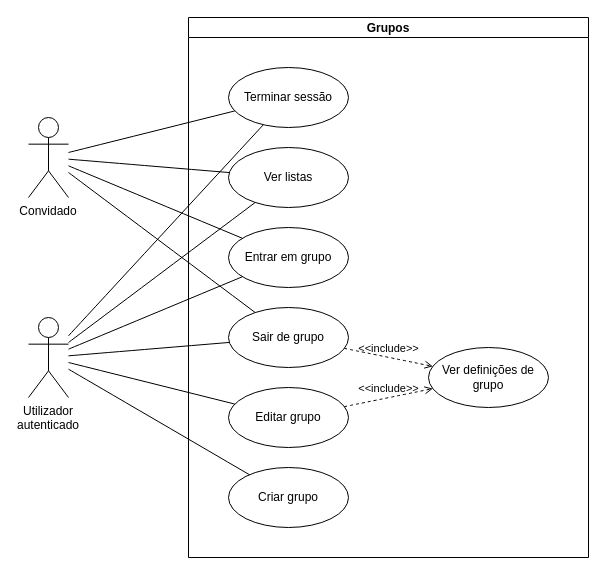
Earlier version of the draw.io diagram page "Grupos" (2 of 4) of Requisitos.drawio (Krfld/ISEL-ES). Source tidied: cells renumbered, new cells numbered last; positions are measured from the earlier drawing's top-left corner, leaving out a move shared by most shapes. Both pictures are drawn from the tidied source at 100%, with x=0, y=0 at pixel (28, 17).
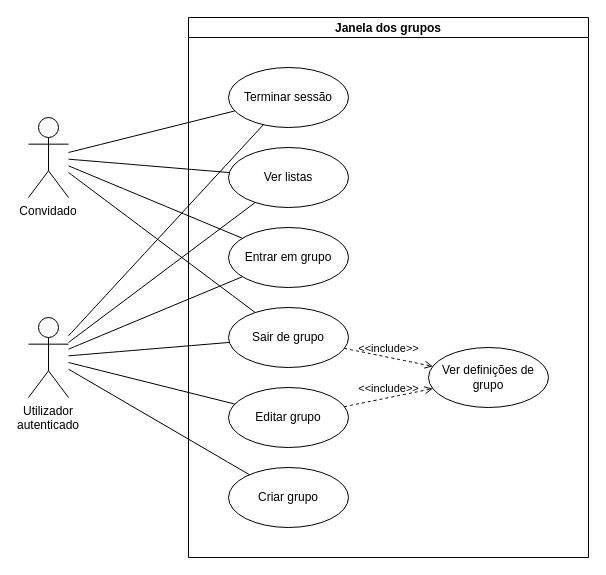
Above is the later version.

The edit, as a diff of the source:
```diff
@@
-    <mxCell id="2" value="Grupos" style="swimlane;startSize=20;" parent="1" vertex="1">
+    <mxCell id="2" value="Janela dos grupos" style="swimlane;startSize=20;" parent="1" vertex="1">
       <mxGeometry x="160" width="400" height="540" as="geometry" />
     </mxCell>
```
